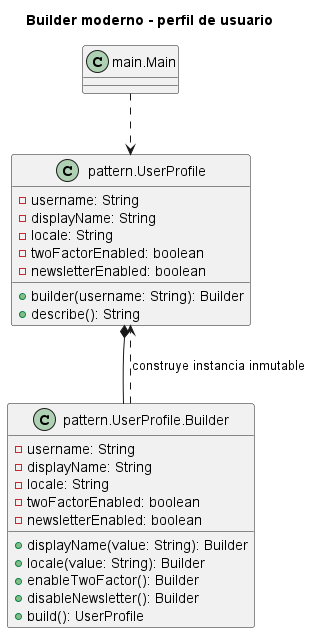
The PlantUML diagram 1. Creacionales/Builder/Ejemplo 6 - Builder moderno sin Director para perfil de usuario/UML.png in NicoCG32/Patrones-de-Software-y-Programacion-UCN, before a commit.
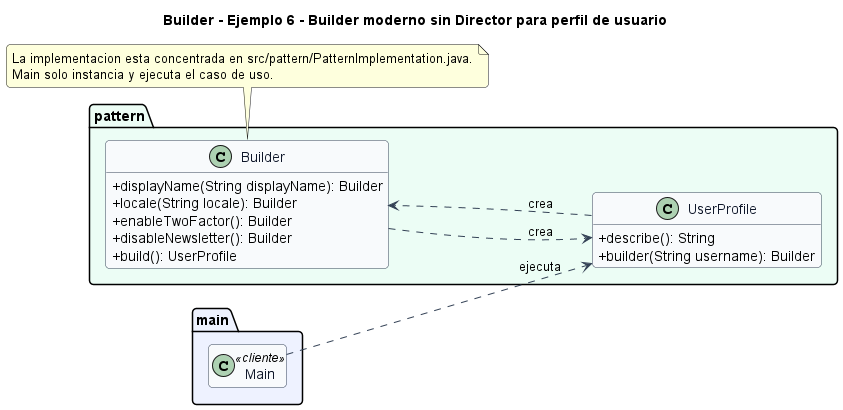
The same file after the commit.

Diff of the diagram source:
```diff
@@ -1,28 +1,42 @@
 @startuml
-title Builder moderno - perfil de usuario
-class "main.Main" as Main
-class "pattern.UserProfile" as Profile {
-  -username: String
-  -displayName: String
-  -locale: String
-  -twoFactorEnabled: boolean
-  -newsletterEnabled: boolean
-  +builder(username: String): Builder
-  +describe(): String
+title Builder - Ejemplo 6 - Builder moderno sin Director para perfil de usuario
+left to right direction
+skinparam backgroundColor #FFFFFF
+skinparam shadowing false
+skinparam roundcorner 8
+skinparam classAttributeIconSize 0
+skinparam class {
+  BackgroundColor #F8FAFC
+  BorderColor #334155
+  ArrowColor #334155
+  FontColor #0F172A
 }
-class "pattern.UserProfile.Builder" as Builder {
-  -username: String
-  -displayName: String
-  -locale: String
-  -twoFactorEnabled: boolean
-  -newsletterEnabled: boolean
-  +displayName(value: String): Builder
-  +locale(value: String): Builder
-  +enableTwoFactor(): Builder
-  +disableNewsletter(): Builder
-  +build(): UserProfile
+hide empty members
+
+package "main" #EEF2FF {
+  class Main <<cliente>>
 }
-Main ..> Profile
-Profile *-- Builder
-Builder ..> Profile : construye instancia inmutable
+
+package "pattern" #ECFDF5 {
+  class UserProfile {
+    +describe(): String
+    +builder(String username): Builder
+  }
+  class Builder {
+    +displayName(String displayName): Builder
+    +locale(String locale): Builder
+    +enableTwoFactor(): Builder
+    +disableNewsletter(): Builder
+    +build(): UserProfile
+  }
+}
+
+UserProfile ..> Builder : crea
+Builder ..> UserProfile : crea
+Main ..> UserProfile : ejecuta
+
+note bottom
+La implementacion esta concentrada en src/pattern/PatternImplementation.java.
+Main solo instancia y ejecuta el caso de uso.
+end note
 @enduml
```
